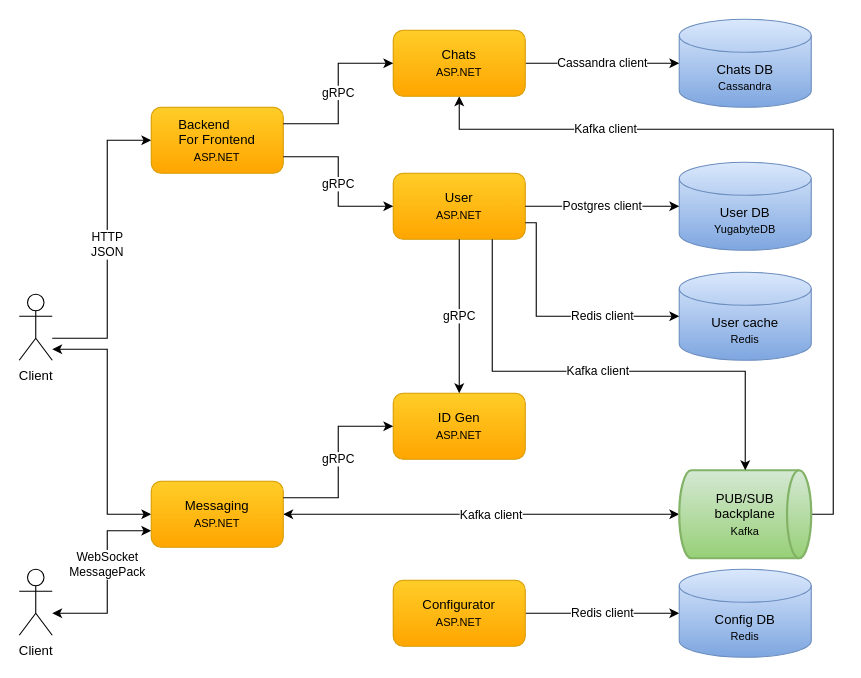
Earlier version of the draw.io diagram docs/diagrams/cecochat-technologies.drawio (cvetomir-todorov/CecoChat). Source tidied: cells renumbered, new cells numbered last; positions are measured from the earlier drawing's top-left corner, leaving out a move shared by most shapes. Both pictures are drawn from the tidied source at 110%, with x=0, y=0 at pixel (19, 19).
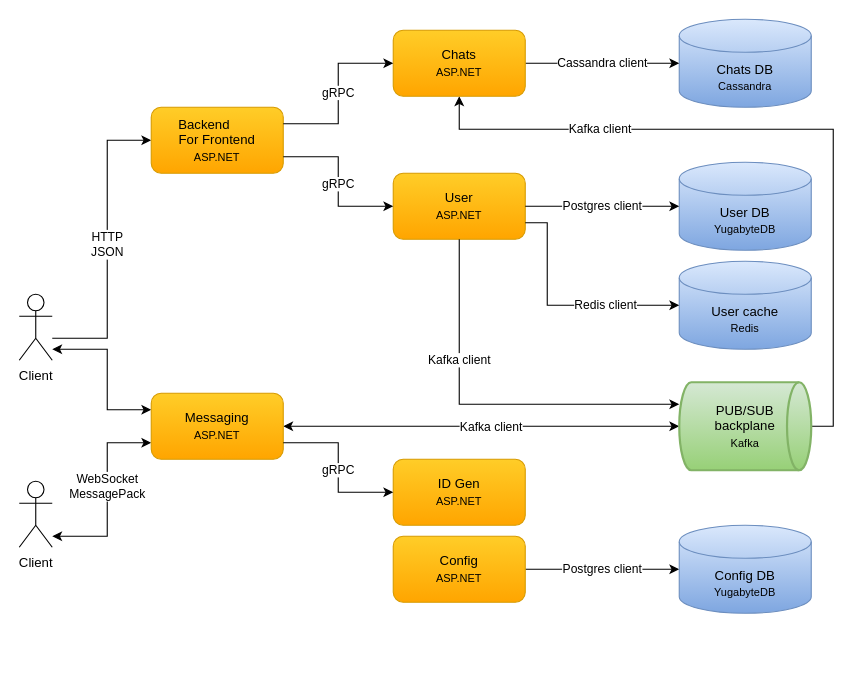
The same page after the edit.

Commit message (it also covers changes not shown here):
Update diagrams regarding changes to the User and Config services

The change refers to these unchanged cells:
```xml
<mxCell id="4" value="Client" style="shape=umlActor;verticalLabelPosition=bottom;verticalAlign=top;html=1;outlineConnect=0;" parent="1" vertex="1">
  <mxGeometry y="250" width="30" height="60" as="geometry" />
</mxCell>
<mxCell id="16" value="Chats&lt;br style=&quot;border-color: var(--border-color);&quot;&gt;&lt;font style=&quot;border-color: var(--border-color); font-size: 10px;&quot;&gt;ASP.NET&lt;/font&gt;" style="rounded=1;whiteSpace=wrap;html=1;gradientColor=#ffa500;fillColor=#ffcd28;strokeColor=#d79b00;" parent="1" vertex="1">
  <mxGeometry x="340" y="10" width="120" height="60" as="geometry" />
</mxCell>
<mxCell id="21" value="User&lt;br style=&quot;border-color: var(--border-color);&quot;&gt;&lt;font style=&quot;border-color: var(--border-color); font-size: 10px;&quot;&gt;ASP.NET&lt;/font&gt;" style="rounded=1;whiteSpace=wrap;html=1;gradientColor=#ffa500;fillColor=#ffcd28;strokeColor=#d79b00;" parent="1" vertex="1">
  <mxGeometry x="340" y="140" width="120" height="60" as="geometry" />
</mxCell>
```

What changed in the source:
```diff
@@
-    <mxCell id="2" style="edgeStyle=orthogonalEdgeStyle;rounded=0;jettySize=auto;html=1;entryX=0;entryY=0.5;entryDx=0;entryDy=0;startArrow=classic;startFill=1;" parent="1" edge="1" source="4" target="8">
+    <mxCell id="2" style="edgeStyle=orthogonalEdgeStyle;rounded=0;jettySize=auto;html=1;entryX=0;entryY=0.25;entryDx=0;entryDy=0;startArrow=classic;startFill=1;" parent="1" edge="1" source="4" target="8">
       <mxGeometry relative="1" as="geometry">
         <Array as="points">
           <mxPoint x="80" y="300" />
-          <mxPoint x="80" y="450" />
+          <mxPoint x="80" y="355" />
         </Array>
       </mxGeometry>
     </mxCell>
@@
     <mxCell id="5" value="WebSocket&lt;br style=&quot;border-color: var(--border-color);&quot;&gt;MessagePack" style="edgeStyle=orthogonalEdgeStyle;rounded=0;jettySize=auto;html=1;entryX=0;entryY=0.75;entryDx=0;entryDy=0;startArrow=classic;startFill=1;" parent="1" edge="1" source="6" target="8">
-      <mxGeometry x="0.14" relative="1" as="geometry">
+      <mxGeometry x="0.09" relative="1" as="geometry">
         <Array as="points">
-          <mxPoint x="80" y="540" />
-          <mxPoint x="80" y="465" />
+          <mxPoint x="80" y="470" />
+          <mxPoint x="80" y="385" />
         </Array>
       </mxGeometry>
     </mxCell>
     <mxCell id="6" value="Client" style="shape=umlActor;verticalLabelPosition=bottom;verticalAlign=top;html=1;outlineConnect=0;" parent="1" vertex="1">
-      <mxGeometry y="500" width="30" height="60" as="geometry" />
+      <mxGeometry y="420" width="30" height="60" as="geometry" />
     </mxCell>
@@
     <mxCell id="8" value="Messaging&lt;br style=&quot;border-color: var(--border-color);&quot;&gt;&lt;font style=&quot;border-color: var(--border-color); font-size: 10px;&quot;&gt;ASP.NET&lt;/font&gt;" style="rounded=1;whiteSpace=wrap;html=1;gradientColor=#ffa500;fillColor=#ffcd28;strokeColor=#d79b00;" parent="1" vertex="1">
-      <mxGeometry x="120" y="420" width="120" height="60" as="geometry" />
+      <mxGeometry x="120" y="340" width="120" height="60" as="geometry" />
     </mxCell>
     <mxCell id="9" value="Kafka client" style="edgeStyle=orthogonalEdgeStyle;rounded=0;jettySize=auto;html=1;entryX=0.5;entryY=1;entryDx=0;entryDy=0;exitX=1;exitY=0.5;exitDx=0;exitDy=0;exitPerimeter=0;" parent="1" edge="1" source="10" target="16">
-      <mxGeometry x="0.56" relative="1" as="geometry">
+      <mxGeometry x="0.52" relative="1" as="geometry">
         <Array as="points">
-          <mxPoint x="740" y="450" />
+          <mxPoint x="740" y="370" />
           <mxPoint x="740" y="100" />
           <mxPoint x="400" y="100" />
         </Array>
       </mxGeometry>
     </mxCell>
     <mxCell id="10" value="PUB/SUB&lt;br style=&quot;border-color: var(--border-color);&quot;&gt;backplane&lt;br style=&quot;border-color: var(--border-color);&quot;&gt;&lt;font style=&quot;border-color: var(--border-color); font-size: 10px;&quot;&gt;Kafka&lt;/font&gt;" style="strokeWidth=2;html=1;shape=mxgraph.flowchart.direct_data;whiteSpace=wrap;gradientColor=#97d077;fillColor=#d5e8d4;strokeColor=#82b366;" parent="1" vertex="1">
-      <mxGeometry x="600" y="410" width="120" height="80" as="geometry" />
+      <mxGeometry x="600" y="330" width="120" height="80" as="geometry" />
     </mxCell>
@@
-    <mxCell id="13" value="Redis client" style="edgeStyle=orthogonalEdgeStyle;rounded=0;jettySize=auto;html=1;entryX=0;entryY=0.5;entryDx=0;entryDy=0;entryPerimeter=0;exitX=1;exitY=0.5;exitDx=0;exitDy=0;" parent="1" edge="1" source="14" target="15">
+    <mxCell id="13" value="Postgres client" style="edgeStyle=orthogonalEdgeStyle;rounded=0;jettySize=auto;html=1;entryX=0;entryY=0.5;entryDx=0;entryDy=0;entryPerimeter=0;exitX=1;exitY=0.5;exitDx=0;exitDy=0;" parent="1" edge="1" source="14" target="15">
       <mxGeometry relative="1" as="geometry" />
     </mxCell>
-    <mxCell id="14" value="Configurator&lt;br style=&quot;border-color: var(--border-color);&quot;&gt;&lt;font style=&quot;border-color: var(--border-color); font-size: 10px;&quot;&gt;ASP.NET&lt;/font&gt;" style="rounded=1;whiteSpace=wrap;html=1;gradientColor=#ffa500;fillColor=#ffcd28;strokeColor=#d79b00;" parent="1" vertex="1">
-      <mxGeometry x="340" y="510" width="120" height="60" as="geometry" />
+    <mxCell id="14" value="Config&lt;br style=&quot;border-color: var(--border-color);&quot;&gt;&lt;font style=&quot;border-color: var(--border-color); font-size: 10px;&quot;&gt;ASP.NET&lt;/font&gt;" style="rounded=1;whiteSpace=wrap;html=1;gradientColor=#ffa500;fillColor=#ffcd28;strokeColor=#d79b00;" parent="1" vertex="1">
+      <mxGeometry x="340" y="470" width="120" height="60" as="geometry" />
     </mxCell>
-    <mxCell id="15" value="Config DB&lt;br style=&quot;border-color: var(--border-color);&quot;&gt;&lt;font style=&quot;border-color: var(--border-color); font-size: 10px;&quot;&gt;Redis&lt;/font&gt;" style="shape=cylinder3;whiteSpace=wrap;html=1;boundedLbl=1;backgroundOutline=1;size=15;gradientColor=#7ea6e0;fillColor=#dae8fc;strokeColor=#6c8ebf;" parent="1" vertex="1">
-      <mxGeometry x="600" y="500" width="120" height="80" as="geometry" />
+    <mxCell id="15" value="Config DB&lt;br style=&quot;border-color: var(--border-color);&quot;&gt;&lt;span style=&quot;font-size: 10px;&quot;&gt;YugabyteDB&lt;/span&gt;" style="shape=cylinder3;whiteSpace=wrap;html=1;boundedLbl=1;backgroundOutline=1;size=15;gradientColor=#7ea6e0;fillColor=#dae8fc;strokeColor=#6c8ebf;" parent="1" vertex="1">
+      <mxGeometry x="600" y="460" width="120" height="80" as="geometry" />
     </mxCell>
@@
     <mxCell id="17" value="ID Gen&lt;br style=&quot;border-color: var(--border-color);&quot;&gt;&lt;font style=&quot;border-color: var(--border-color); font-size: 10px;&quot;&gt;ASP.NET&lt;/font&gt;" style="rounded=1;whiteSpace=wrap;html=1;gradientColor=#ffa500;fillColor=#ffcd28;strokeColor=#d79b00;" parent="1" vertex="1">
-      <mxGeometry x="340" y="340" width="120" height="60" as="geometry" />
+      <mxGeometry x="340" y="400" width="120" height="60" as="geometry" />
     </mxCell>
-    <mxCell id="18" value="gRPC" style="endArrow=classic;html=1;exitX=1;exitY=0.25;exitDx=0;exitDy=0;entryX=0;entryY=0.5;entryDx=0;entryDy=0;rounded=0;edgeStyle=orthogonalEdgeStyle;" parent="1" edge="1" source="8" target="17">
+    <mxCell id="18" value="gRPC" style="endArrow=classic;html=1;exitX=1;exitY=0.75;exitDx=0;exitDy=0;entryX=0;entryY=0.5;entryDx=0;entryDy=0;rounded=0;edgeStyle=orthogonalEdgeStyle;" parent="1" edge="1" source="8" target="17">
       <mxGeometry x="0.03" relative="1" as="geometry" />
     </mxCell>
@@
     <mxCell id="25" value="User cache&lt;br style=&quot;border-color: var(--border-color);&quot;&gt;&lt;font style=&quot;border-color: var(--border-color); font-size: 10px;&quot;&gt;Redis&lt;/font&gt;" style="shape=cylinder3;whiteSpace=wrap;html=1;boundedLbl=1;backgroundOutline=1;size=15;gradientColor=#7ea6e0;fillColor=#dae8fc;strokeColor=#6c8ebf;" parent="1" vertex="1">
-      <mxGeometry x="600" y="230" width="120" height="80" as="geometry" />
+      <mxGeometry x="600" y="220" width="120" height="80" as="geometry" />
     </mxCell>
     <mxCell id="26" value="Redis client" style="rounded=0;jettySize=auto;html=1;entryX=0;entryY=0.5;entryDx=0;entryDy=0;entryPerimeter=0;exitX=1;exitY=0.75;exitDx=0;exitDy=0;edgeStyle=orthogonalEdgeStyle;" parent="1" edge="1" source="21" target="25">
       <mxGeometry x="0.38" relative="1" as="geometry">
         <Array as="points">
-          <mxPoint x="470" y="185" />
-          <mxPoint x="470" y="270" />
+          <mxPoint x="480" y="185" />
+          <mxPoint x="480" y="260" />
         </Array>
       </mxGeometry>
     </mxCell>
-    <mxCell id="27" value="gRPC" style="endArrow=classic;html=1;exitX=0.5;exitY=1;exitDx=0;exitDy=0;rounded=0;edgeStyle=orthogonalEdgeStyle;entryX=0.5;entryY=0;entryDx=0;entryDy=0;" parent="1" edge="1" source="21" target="17">
-      <mxGeometry relative="1" as="geometry" />
-    </mxCell>
-    <mxCell id="28" value="Kafka client" style="endArrow=classic;html=1;entryX=0.5;entryY=0;entryDx=0;entryDy=0;rounded=0;edgeStyle=orthogonalEdgeStyle;entryPerimeter=0;exitX=0.75;exitY=1;exitDx=0;exitDy=0;" parent="1" edge="1" source="21" target="10">
-      <mxGeometry x="-0.02" relative="1" as="geometry">
+    <mxCell id="28" value="Kafka client" style="endArrow=classic;html=1;rounded=0;edgeStyle=orthogonalEdgeStyle;exitX=0.5;exitY=1;exitDx=0;exitDy=0;" parent="1" edge="1" source="21" target="10">
+      <mxGeometry x="-0.37" relative="1" as="geometry">
         <Array as="points">
-          <mxPoint x="430" y="320" />
-          <mxPoint x="660" y="320" />
+          <mxPoint x="400" y="350" />
         </Array>
       </mxGeometry>
     </mxCell>
```
